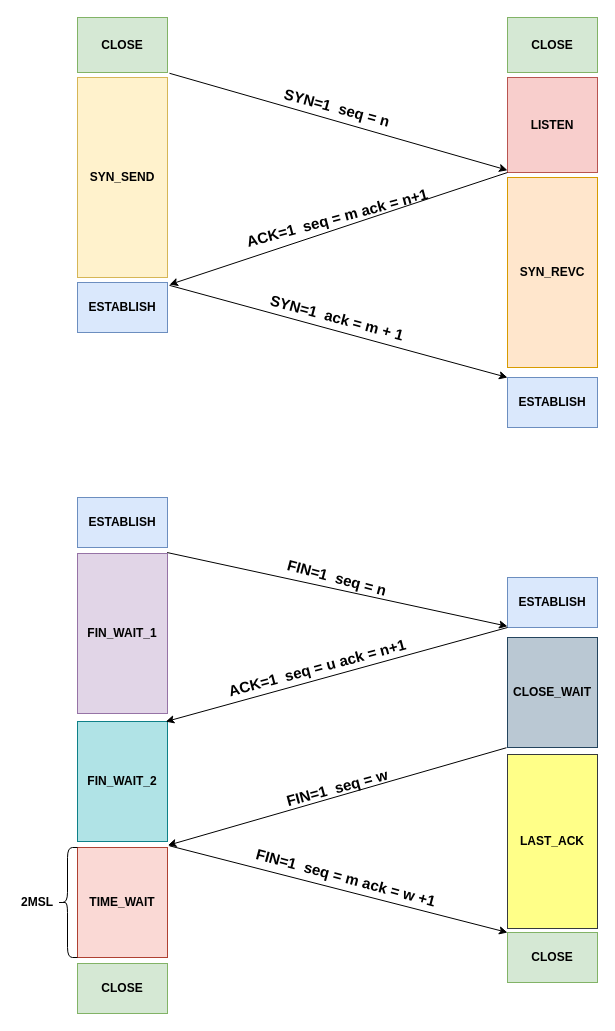
Before: network.drawio in yankooo/draw.io, a draw.io diagram. Source tidied: cells renumbered, new cells numbered last; positions are measured from the earlier drawing's top-left corner, leaving out a move shared by most shapes. Both pictures are drawn from the tidied source at 100%, with x=0, y=0 at pixel (17, 17).
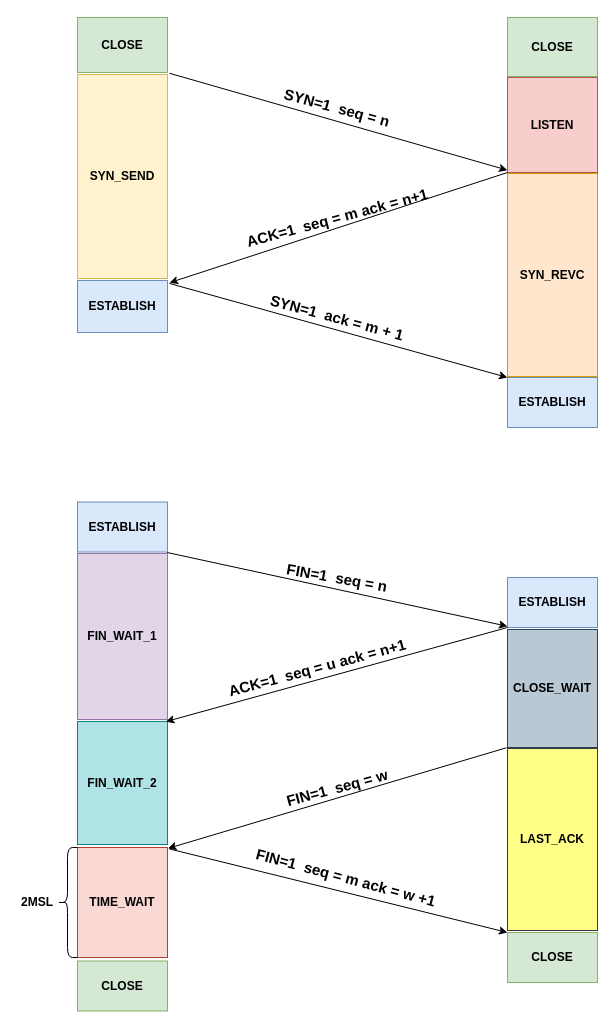
After the change.

The edit, as a diff of the source:
```diff
@@
     <mxCell id="5" value="ESTABLISH" style="rounded=0;whiteSpace=wrap;html=1;fillColor=#dae8fc;strokeColor=#6c8ebf;fontStyle=1;" parent="1" vertex="1">
-      <mxGeometry x="60" y="265" width="90" height="50" as="geometry" />
+      <mxGeometry x="60" y="263" width="90" height="52" as="geometry" />
     </mxCell>
@@
     <mxCell id="9" value="ESTABLISH" style="rounded=0;whiteSpace=wrap;html=1;fillColor=#dae8fc;strokeColor=#6c8ebf;fontStyle=1;" parent="1" vertex="1">
-      <mxGeometry x="60" y="480" width="90" height="50" as="geometry" />
+      <mxGeometry x="60" y="484.5" width="90" height="50" as="geometry" />
     </mxCell>
@@
     <mxCell id="12" value="&lt;span style=&quot;white-space: normal&quot;&gt;FIN_WAIT_2&lt;/span&gt;" style="rounded=0;whiteSpace=wrap;html=1;fillColor=#b0e3e6;strokeColor=#0e8088;fontStyle=1;" parent="1" vertex="1">
-      <mxGeometry x="60" y="704" width="90" height="120" as="geometry" />
+      <mxGeometry x="60" y="704" width="90" height="123" as="geometry" />
     </mxCell>
@@
     <mxCell id="16" value="SYN_SEND" style="rounded=0;whiteSpace=wrap;html=1;fillColor=#fff2cc;strokeColor=#d6b656;fontStyle=1;" parent="1" vertex="1">
-      <mxGeometry x="60" y="60" width="90" height="200" as="geometry" />
+      <mxGeometry x="60" y="57" width="90" height="204" as="geometry" />
     </mxCell>
     <mxCell id="17" value="SYN_REVC" style="rounded=0;whiteSpace=wrap;html=1;fillColor=#ffe6cc;strokeColor=#d79b00;fontStyle=1;" parent="1" vertex="1">
-      <mxGeometry x="490" y="160" width="90" height="190" as="geometry" />
+      <mxGeometry x="490" y="156" width="90" height="203" as="geometry" />
     </mxCell>
     <mxCell id="18" value="CLOSE_WAIT" style="rounded=0;whiteSpace=wrap;html=1;fillColor=#bac8d3;strokeColor=#23445d;fontStyle=1;" parent="1" vertex="1">
-      <mxGeometry x="490" y="620" width="90" height="110" as="geometry" />
+      <mxGeometry x="490" y="612" width="90" height="118" as="geometry" />
     </mxCell>
@@
     <mxCell id="20" value="FIN_WAIT_1" style="rounded=0;whiteSpace=wrap;html=1;fillColor=#e1d5e7;strokeColor=#9673a6;fontStyle=1;" parent="1" vertex="1">
-      <mxGeometry x="60" y="536" width="90" height="160" as="geometry" />
+      <mxGeometry x="60" y="536" width="90" height="166" as="geometry" />
     </mxCell>
@@
     <mxCell id="22" value="LAST_ACK" style="rounded=0;whiteSpace=wrap;html=1;fillColor=#ffff88;strokeColor=#36393d;fontStyle=1;" parent="1" vertex="1">
-      <mxGeometry x="490" y="737" width="90" height="174" as="geometry" />
+      <mxGeometry x="490" y="731" width="90" height="182" as="geometry" />
     </mxCell>
     <mxCell id="23" value="CLOSE" style="rounded=0;whiteSpace=wrap;html=1;fillColor=#d5e8d4;strokeColor=#82b366;fontStyle=1;" parent="1" vertex="1">
-      <mxGeometry x="60" y="946" width="90" height="50" as="geometry" />
+      <mxGeometry x="60" y="943.5" width="90" height="50" as="geometry" />
     </mxCell>
     <mxCell id="24" value="CLOSE" style="rounded=0;whiteSpace=wrap;html=1;fillColor=#d5e8d4;strokeColor=#82b366;fontStyle=1;" parent="1" vertex="1">
-      <mxGeometry x="490" width="90" height="55" as="geometry" />
+      <mxGeometry x="490" width="90" height="59" as="geometry" />
     </mxCell>
@@
-    <mxCell id="28" value="&lt;span style=&quot;white-space: nowrap; font-size: 15px;&quot;&gt;FIN=1&amp;nbsp; seq = n&lt;/span&gt;" style="text;html=1;strokeColor=none;fillColor=none;align=center;verticalAlign=middle;whiteSpace=wrap;rounded=0;rotation=15;fontStyle=1;fontSize=15;" parent="1" vertex="1">
+    <mxCell id="28" value="&lt;span style=&quot;white-space: nowrap; font-size: 15px;&quot;&gt;FIN=1&amp;nbsp; seq = n&lt;/span&gt;" style="text;html=1;strokeColor=none;fillColor=none;align=center;verticalAlign=middle;whiteSpace=wrap;rounded=0;rotation=10;fontStyle=1;fontSize=15;" parent="1" vertex="1">
       <mxGeometry x="300" y="550" width="40" height="20" as="geometry" />
     </mxCell>
```
